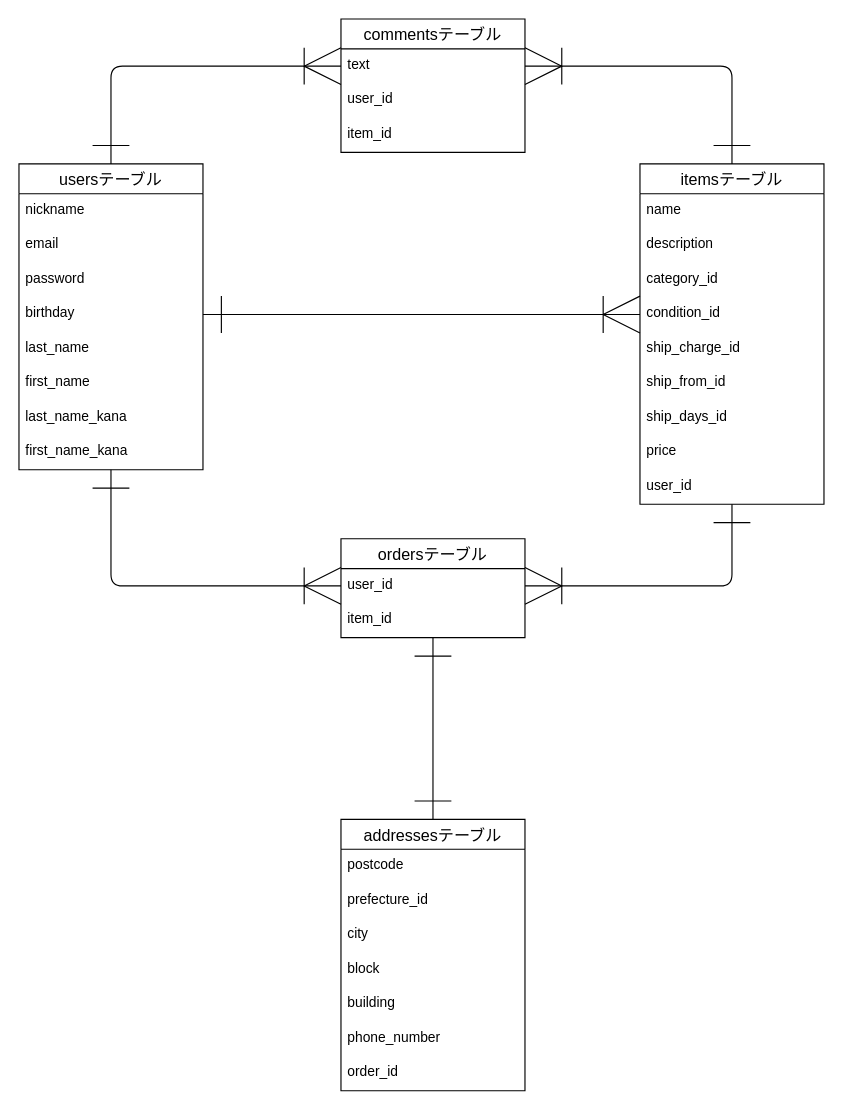
The draw.io diagram furima.dio in uta-twothree/furima-35829, before the edit. Source tidied: cells renumbered, new cells numbered last; positions are measured from the earlier drawing's top-left corner, leaving out a move shared by most shapes. Both pictures are drawn from the tidied source at 115%, with x=0, y=0 at pixel (18, 18).
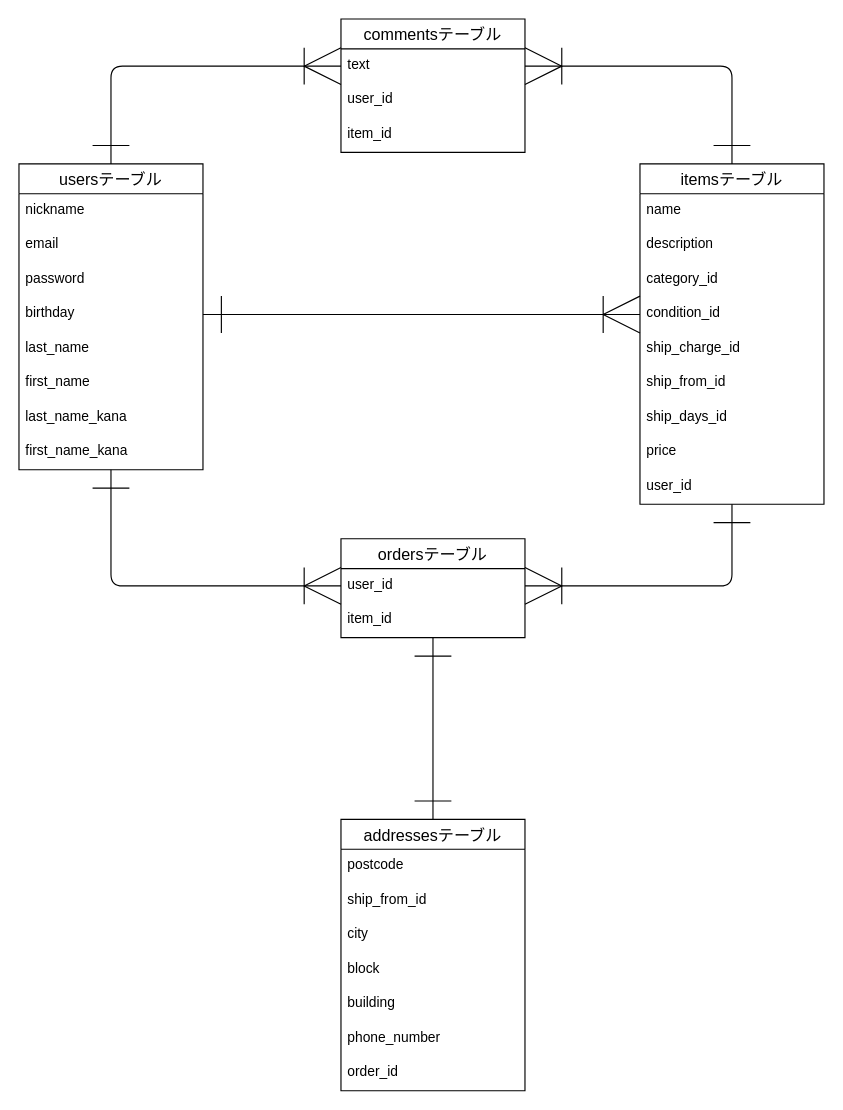
Above is the later version.

Commit message (it also covers changes not shown here):
READMEファイル及びER図の再修正

The change refers to these unchanged cells:
```xml
<mxCell id="29" value="addressesテーブル" style="swimlane;fontStyle=0;horizontal=1;startSize=26;align=center;fontSize=14;fillColor=none;" parent="1" vertex="1">
  <mxGeometry x="280" y="696" width="160" height="236" as="geometry" />
</mxCell>
```

Change to the diagram source:
```diff
@@
-    <mxCell id="31" value="prefecture_id" style="text;strokeColor=none;fillColor=none;spacingLeft=4;spacingRight=4;overflow=hidden;fontSize=12;" parent="29" vertex="1">
+    <mxCell id="31" value="ship_from_id" style="text;strokeColor=none;fillColor=none;spacingLeft=4;spacingRight=4;overflow=hidden;fontSize=12;" parent="29" vertex="1">
       <mxGeometry y="56" width="160" height="30" as="geometry" />
     </mxCell>
```
